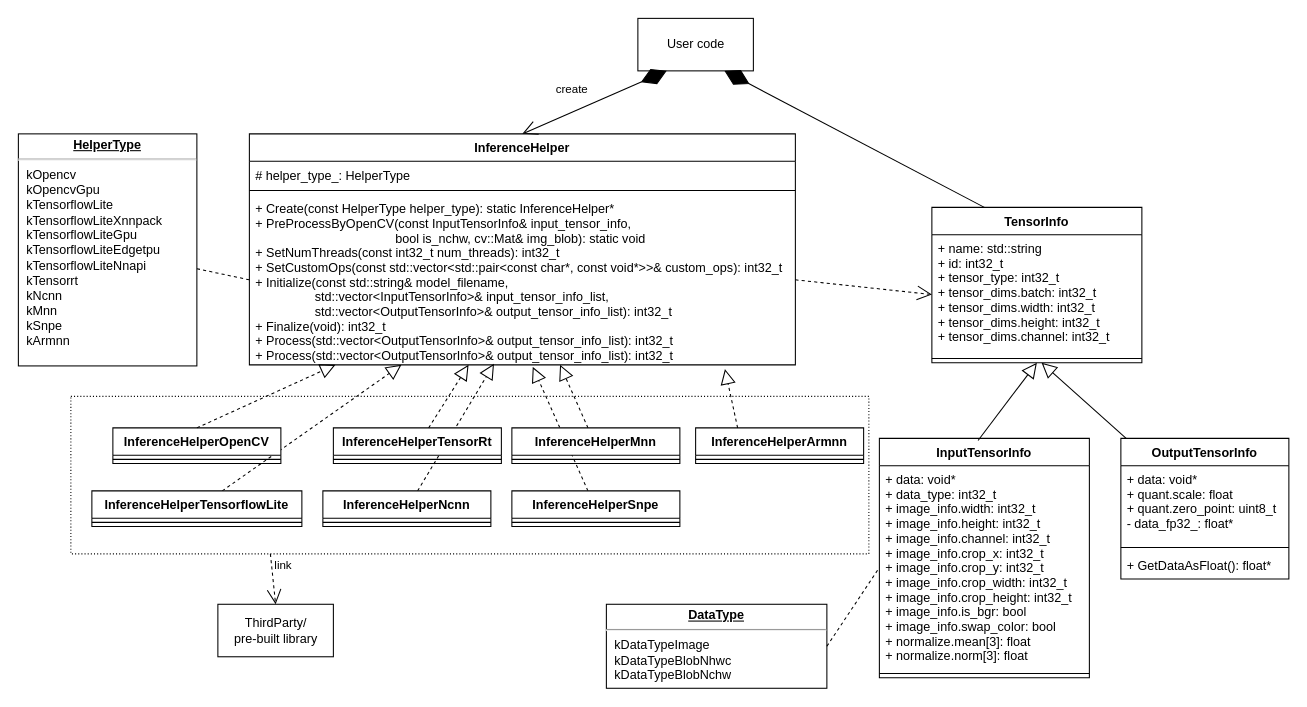
Before: 00_doc/class_diagram.drawio in iwatake2222/InferenceHelper, a draw.io diagram. Source tidied: cells renumbered, new cells numbered last; positions are measured from the earlier drawing's top-left corner, leaving out a move shared by most shapes. Both pictures are drawn from the tidied source at 105%, with x=0, y=0 at pixel (18, 18).
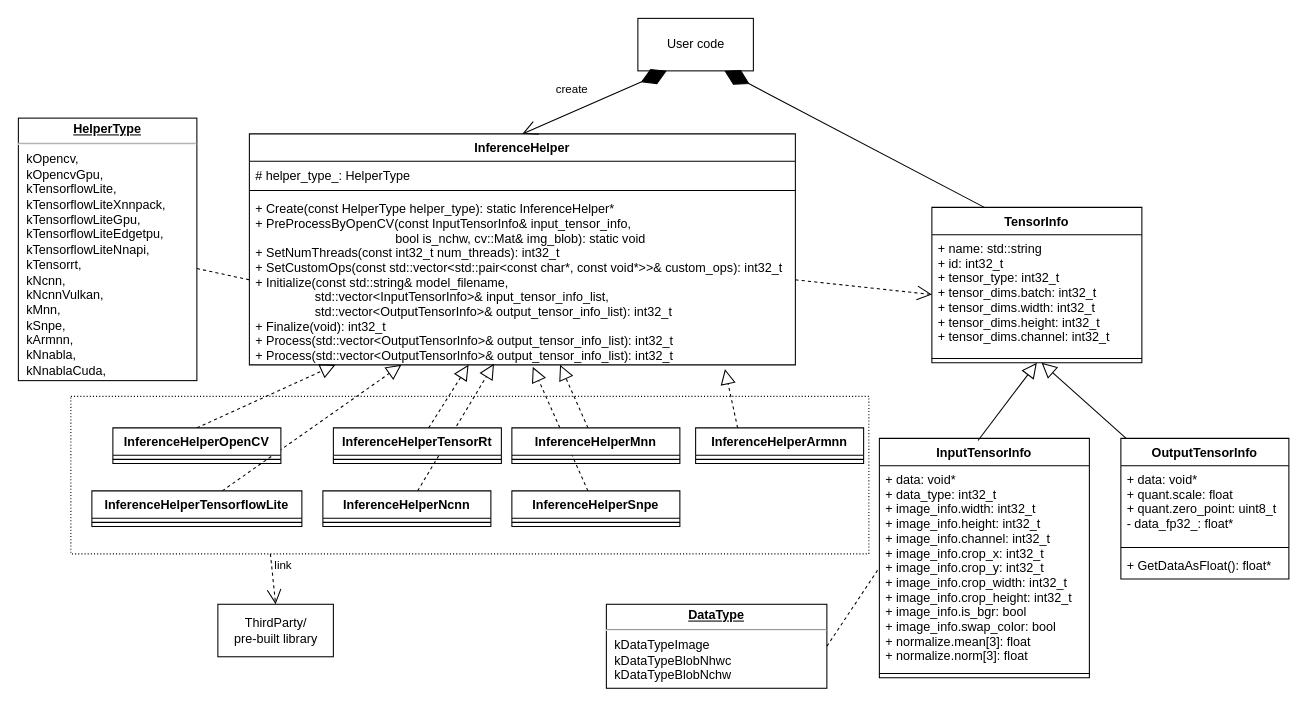
Above is the later version.

What changed in the source:
```diff
@@
-    <mxCell id="35" value="&lt;p style=&quot;margin: 4px 0px 0px ; text-align: center&quot;&gt;&lt;b&gt;&lt;u&gt;HelperType&lt;/u&gt;&lt;/b&gt;&lt;br&gt;&lt;/p&gt;&lt;hr&gt;&lt;p style=&quot;margin: 0px ; margin-left: 8px&quot;&gt;kOpencv&lt;/p&gt;&lt;p style=&quot;margin: 0px ; margin-left: 8px&quot;&gt;kOpencvGpu&lt;/p&gt;&lt;p style=&quot;margin: 0px ; margin-left: 8px&quot;&gt;kTensorflowLite&lt;/p&gt;&lt;p style=&quot;margin: 0px ; margin-left: 8px&quot;&gt;kTensorflowLiteXnnpack&lt;/p&gt;&lt;p style=&quot;margin: 0px ; margin-left: 8px&quot;&gt;kTensorflowLiteGpu&lt;/p&gt;&lt;p style=&quot;margin: 0px ; margin-left: 8px&quot;&gt;kTensorflowLiteEdgetpu&lt;/p&gt;&lt;p style=&quot;margin: 0px ; margin-left: 8px&quot;&gt;kTensorflowLiteNnapi&lt;/p&gt;&lt;p style=&quot;margin: 0px ; margin-left: 8px&quot;&gt;kTensorrt&lt;/p&gt;&lt;p style=&quot;margin: 0px ; margin-left: 8px&quot;&gt;kNcnn&lt;/p&gt;&lt;p style=&quot;margin: 0px ; margin-left: 8px&quot;&gt;kMnn&lt;/p&gt;&lt;p style=&quot;margin: 0px ; margin-left: 8px&quot;&gt;kSnpe&lt;/p&gt;&lt;p style=&quot;margin: 0px ; margin-left: 8px&quot;&gt;kArmnn&lt;/p&gt;" style="verticalAlign=top;align=left;overflow=fill;fontSize=12;fontFamily=Helvetica;html=1;" parent="1" vertex="1">
-      <mxGeometry y="110" width="170" height="221" as="geometry" />
+    <mxCell id="35" value="&lt;p style=&quot;margin: 4px 0px 0px ; text-align: center&quot;&gt;&lt;b&gt;&lt;u&gt;HelperType&lt;/u&gt;&lt;/b&gt;&lt;br&gt;&lt;/p&gt;&lt;hr&gt;&lt;p style=&quot;margin: 0px ; margin-left: 8px&quot;&gt;kOpencv,&lt;/p&gt;&lt;p style=&quot;margin: 0px ; margin-left: 8px&quot;&gt;kOpencvGpu,&lt;/p&gt;&lt;p style=&quot;margin: 0px ; margin-left: 8px&quot;&gt;kTensorflowLite,&lt;/p&gt;&lt;p style=&quot;margin: 0px ; margin-left: 8px&quot;&gt;kTensorflowLiteXnnpack,&lt;/p&gt;&lt;p style=&quot;margin: 0px ; margin-left: 8px&quot;&gt;kTensorflowLiteGpu,&lt;/p&gt;&lt;p style=&quot;margin: 0px ; margin-left: 8px&quot;&gt;kTensorflowLiteEdgetpu,&lt;/p&gt;&lt;p style=&quot;margin: 0px ; margin-left: 8px&quot;&gt;kTensorflowLiteNnapi,&lt;/p&gt;&lt;p style=&quot;margin: 0px ; margin-left: 8px&quot;&gt;kTensorrt,&lt;/p&gt;&lt;p style=&quot;margin: 0px ; margin-left: 8px&quot;&gt;kNcnn,&lt;/p&gt;&lt;p style=&quot;margin: 0px ; margin-left: 8px&quot;&gt;kNcnnVulkan,&lt;/p&gt;&lt;p style=&quot;margin: 0px ; margin-left: 8px&quot;&gt;kMnn,&lt;/p&gt;&lt;p style=&quot;margin: 0px ; margin-left: 8px&quot;&gt;kSnpe,&lt;/p&gt;&lt;p style=&quot;margin: 0px ; margin-left: 8px&quot;&gt;kArmnn,&lt;/p&gt;&lt;p style=&quot;margin: 0px ; margin-left: 8px&quot;&gt;kNnabla,&lt;/p&gt;&lt;p style=&quot;margin: 0px ; margin-left: 8px&quot;&gt;kNnablaCuda,&lt;/p&gt;" style="verticalAlign=top;align=left;overflow=fill;fontSize=12;fontFamily=Helvetica;html=1;" parent="1" vertex="1">
+      <mxGeometry y="95" width="170" height="250" as="geometry" />
     </mxCell>
```
